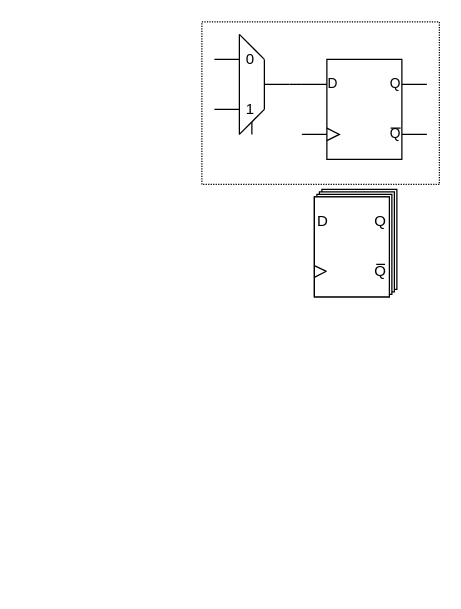
Above: JTAG.drawio in Verdvana/JTAG (draw.io), before the change. Source tidied: cells renumbered, new cells numbered last; positions are measured from the earlier drawing's top-left corner, leaving out a move shared by most shapes. Both pictures are drawn from the tidied source at 125%, with x=0, y=0 at pixel (201, 21).
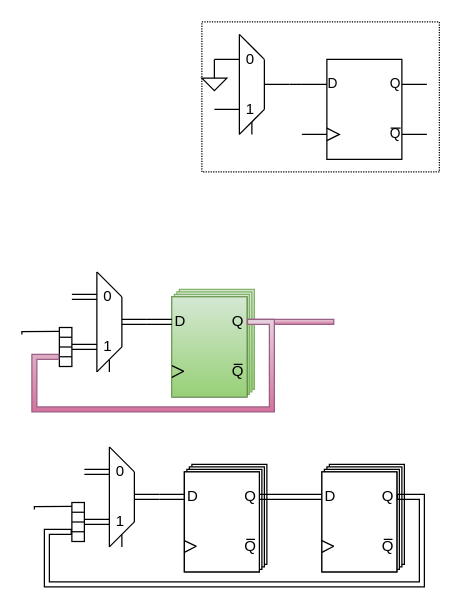
The same diagram, later.

Unchanged cells that the change refers to:
```xml
<mxCell id="11" value="D" style="text;strokeColor=none;align=center;fillColor=none;html=1;verticalAlign=middle;whiteSpace=wrap;rounded=0;" parent="3" vertex="1">
  <mxGeometry y="20" width="14" height="12" as="geometry" />
</mxCell>
<mxCell id="12" value="Q" style="text;strokeColor=none;align=center;fillColor=none;html=1;verticalAlign=middle;whiteSpace=wrap;rounded=0;" parent="3" vertex="1">
  <mxGeometry x="46" y="20" width="14" height="12" as="geometry" />
</mxCell>
<mxCell id="17" style="group;" parent="1" vertex="1">
  <mxGeometry x="10" y="10" width="60" height="80" as="geometry" />
</mxCell>
```

The edit, as a diff of the source:
```diff
@@
     <mxCell id="2" style="rounded=0;whiteSpace=wrap;html=1;fillColor=none;dashed=1;dashPattern=1 1;" parent="1" vertex="1">
-      <mxGeometry width="190" height="130" as="geometry" />
+      <mxGeometry width="190" height="120" as="geometry" />
     </mxCell>
     <mxCell id="3" style="group;" parent="1" vertex="1">
-      <mxGeometry x="90" y="134" width="66" height="86" as="geometry" />
+      <mxGeometry x="-24" y="214" width="66" height="86" as="geometry" />
     </mxCell>
-    <mxCell id="4" style="whiteSpace=wrap;html=1;" parent="3" vertex="1">
+    <mxCell id="4" style="whiteSpace=wrap;html=1;fillColor=#d5e8d4;gradientColor=#97d077;strokeColor=#82b366;" parent="3" vertex="1">
       <mxGeometry x="6" width="60" height="80" as="geometry" />
     </mxCell>
-    <mxCell id="5" style="whiteSpace=wrap;html=1;" parent="3" vertex="1">
+    <mxCell id="5" style="whiteSpace=wrap;html=1;fillColor=#d5e8d4;gradientColor=#97d077;strokeColor=#82b366;" parent="3" vertex="1">
       <mxGeometry x="4" y="2" width="60" height="80" as="geometry" />
     </mxCell>
-    <mxCell id="6" style="whiteSpace=wrap;html=1;" parent="3" vertex="1">
+    <mxCell id="6" style="whiteSpace=wrap;html=1;fillColor=#d5e8d4;gradientColor=#97d077;strokeColor=#82b366;" parent="3" vertex="1">
       <mxGeometry x="2" y="4" width="60" height="80" as="geometry" />
     </mxCell>
@@
-    <mxCell id="8" style="whiteSpace=wrap;html=1;" parent="3" vertex="1">
+    <mxCell id="8" style="whiteSpace=wrap;html=1;fillColor=#d5e8d4;gradientColor=#97d077;strokeColor=#82b366;" parent="3" vertex="1">
       <mxGeometry y="6" width="60" height="80" as="geometry" />
     </mxCell>
@@
+    <mxCell id="28" style="edgeStyle=orthogonalEdgeStyle;rounded=0;jettySize=auto;html=1;exitX=1;exitY=0.5;exitDx=0;exitDy=0;shape=flexArrow;fillColor=#e6d0de;gradientColor=#d5739d;strokeColor=#996185;endArrow=none;endFill=0;width=4;" parent="3" edge="1" source="12">
+      <mxGeometry relative="1" as="geometry">
+        <mxPoint x="130" y="26" as="targetPoint" />
+      </mxGeometry>
+    </mxCell>
@@
+    <mxCell id="29" style="edgeStyle=orthogonalEdgeStyle;rounded=0;jettySize=auto;html=1;exitX=0;exitY=0.25;exitDx=0;exitDy=0;endArrow=none;endFill=0;" parent="1" edge="1" source="17">
+      <mxGeometry relative="1" as="geometry">
+        <mxPoint x="10" y="40" as="targetPoint" />
+      </mxGeometry>
+    </mxCell>
+    <mxCell id="30" style="verticalLabelPosition=bottom;shadow=0;dashed=0;align=center;html=1;verticalAlign=top;shape=mxgraph.electrical.signal_sources.signal_ground;" parent="1" vertex="1">
+      <mxGeometry y="40" width="20" height="15" as="geometry" />
+    </mxCell>
+    <mxCell id="31" style="edgeStyle=orthogonalEdgeStyle;rounded=0;jettySize=auto;html=1;exitX=1;exitY=0.5;exitDx=0;exitDy=0;entryX=0;entryY=0.5;entryDx=0;entryDy=0;endArrow=none;endFill=0;shape=link;" parent="1" edge="1" target="11">
+      <mxGeometry relative="1" as="geometry">
+        <mxPoint x="-44" y="240" as="sourcePoint" />
+      </mxGeometry>
+    </mxCell>
+    <mxCell id="32" style="group;" parent="1" vertex="1">
+      <mxGeometry x="-104" y="200" width="60" height="80" as="geometry" />
+    </mxCell>
+    <mxCell id="33" style="edgeStyle=none;orthogonalLoop=1;jettySize=auto;html=1;rounded=0;endArrow=none;endFill=0;" parent="32" edge="1">
+      <mxGeometry relative="1" as="geometry">
+        <mxPoint x="20" y="80" as="sourcePoint" />
+        <mxPoint x="20" as="targetPoint" />
+      </mxGeometry>
+    </mxCell>
+    <mxCell id="34" style="edgeStyle=none;orthogonalLoop=1;jettySize=auto;html=1;rounded=0;endArrow=none;endFill=0;" parent="32" edge="1">
+      <mxGeometry relative="1" as="geometry">
+        <mxPoint x="40" y="60" as="sourcePoint" />
+        <mxPoint x="40" y="20" as="targetPoint" />
+      </mxGeometry>
+    </mxCell>
+    <mxCell id="35" style="edgeStyle=none;orthogonalLoop=1;jettySize=auto;html=1;rounded=0;endArrow=none;endFill=0;shape=link;" parent="32" edge="1">
+      <mxGeometry relative="1" as="geometry">
+        <mxPoint x="60" y="40" as="sourcePoint" />
+        <mxPoint x="40" y="40" as="targetPoint" />
+      </mxGeometry>
+    </mxCell>
+    <mxCell id="36" style="edgeStyle=none;orthogonalLoop=1;jettySize=auto;html=1;rounded=0;endArrow=none;endFill=0;shape=link;" parent="32" edge="1">
+      <mxGeometry relative="1" as="geometry">
+        <mxPoint x="20" y="20" as="sourcePoint" />
+        <mxPoint y="20" as="targetPoint" />
+      </mxGeometry>
+    </mxCell>
+    <mxCell id="37" style="edgeStyle=none;orthogonalLoop=1;jettySize=auto;html=1;rounded=0;endArrow=none;endFill=0;shape=link;" parent="32" edge="1">
+      <mxGeometry relative="1" as="geometry">
+        <mxPoint x="20" y="60" as="sourcePoint" />
+        <mxPoint y="60" as="targetPoint" />
+      </mxGeometry>
+    </mxCell>
+    <mxCell id="38" style="edgeStyle=none;orthogonalLoop=1;jettySize=auto;html=1;rounded=0;endArrow=none;endFill=0;" parent="32" edge="1">
+      <mxGeometry relative="1" as="geometry">
+        <mxPoint x="40" y="20" as="sourcePoint" />
+        <mxPoint x="20" as="targetPoint" />
+      </mxGeometry>
+    </mxCell>
+    <mxCell id="39" style="edgeStyle=none;orthogonalLoop=1;jettySize=auto;html=1;rounded=0;endArrow=none;endFill=0;" parent="32" edge="1">
+      <mxGeometry relative="1" as="geometry">
+        <mxPoint x="40" y="60" as="sourcePoint" />
+        <mxPoint x="20" y="80" as="targetPoint" />
+      </mxGeometry>
+    </mxCell>
+    <mxCell id="40" style="edgeStyle=none;orthogonalLoop=1;jettySize=auto;html=1;rounded=0;endArrow=none;endFill=0;" parent="32" edge="1">
+      <mxGeometry relative="1" as="geometry">
+        <mxPoint x="30" y="80" as="sourcePoint" />
+        <mxPoint x="30" y="70" as="targetPoint" />
+      </mxGeometry>
+    </mxCell>
+    <mxCell id="41" value="0" style="text;strokeColor=none;align=center;fillColor=none;html=1;verticalAlign=middle;whiteSpace=wrap;rounded=0;" parent="32" vertex="1">
+      <mxGeometry x="24" y="10" width="10" height="20" as="geometry" />
+    </mxCell>
+    <mxCell id="42" value="1" style="text;strokeColor=none;align=center;fillColor=none;html=1;verticalAlign=middle;whiteSpace=wrap;rounded=0;" parent="32" vertex="1">
+      <mxGeometry x="24" y="50" width="10" height="20" as="geometry" />
+    </mxCell>
+    <mxCell id="43" style="edgeStyle=orthogonalEdgeStyle;rounded=0;jettySize=auto;html=1;exitX=0.899;exitY=0.004;exitDx=0;exitDy=0;exitPerimeter=0;endArrow=none;endFill=0;" parent="1" edge="1" source="44">
+      <mxGeometry relative="1" as="geometry">
+        <mxPoint x="-144" y="250" as="targetPoint" />
+      </mxGeometry>
+    </mxCell>
+    <mxCell id="44" style="whiteSpace=wrap;html=1;rotation=-90;" parent="1" vertex="1">
+      <mxGeometry x="-124.6" y="255.1" width="31.2" height="10" as="geometry" />
+    </mxCell>
+    <mxCell id="45" style="edgeStyle=orthogonalEdgeStyle;rounded=0;orthogonalLoop=1;jettySize=auto;html=1;exitX=0.75;exitY=0;exitDx=0;exitDy=0;entryX=0.75;entryY=1;entryDx=0;entryDy=0;endArrow=none;endFill=0;" parent="1" edge="1" source="44" target="44">
+      <mxGeometry relative="1" as="geometry" />
+    </mxCell>
+    <mxCell id="46" style="edgeStyle=orthogonalEdgeStyle;rounded=0;orthogonalLoop=1;jettySize=auto;html=1;exitX=0.5;exitY=0;exitDx=0;exitDy=0;entryX=0.5;entryY=1;entryDx=0;entryDy=0;endArrow=none;endFill=0;" parent="1" edge="1" source="44" target="44">
+      <mxGeometry relative="1" as="geometry" />
+    </mxCell>
+    <mxCell id="47" style="edgeStyle=orthogonalEdgeStyle;rounded=0;orthogonalLoop=1;jettySize=auto;html=1;exitX=0.25;exitY=0;exitDx=0;exitDy=0;entryX=0.25;entryY=1;entryDx=0;entryDy=0;endArrow=none;endFill=0;" parent="1" edge="1" source="44" target="44">
+      <mxGeometry relative="1" as="geometry" />
+    </mxCell>
+    <mxCell id="48" style="edgeStyle=orthogonalEdgeStyle;rounded=0;jettySize=auto;html=1;entryX=0.25;entryY=0;entryDx=0;entryDy=0;shape=flexArrow;exitX=1;exitY=0.5;exitDx=0;exitDy=0;fillColor=#e6d0de;gradientColor=#d5739d;strokeColor=#996185;endArrow=none;endFill=0;width=4;" parent="1" edge="1" source="12" target="44">
+      <mxGeometry relative="1" as="geometry">
+        <Array as="points">
+          <mxPoint x="56" y="240" />
+          <mxPoint x="56" y="310" />
+          <mxPoint x="-134" y="310" />
+          <mxPoint x="-134" y="268" />
+        </Array>
+      </mxGeometry>
+    </mxCell>
+    <mxCell id="49" style="group;" parent="1" vertex="1">
+      <mxGeometry x="-14" y="354" width="66" height="86" as="geometry" />
+    </mxCell>
+    <mxCell id="50" style="whiteSpace=wrap;html=1;" parent="49" vertex="1">
+      <mxGeometry x="6" width="60" height="80" as="geometry" />
+    </mxCell>
+    <mxCell id="51" style="whiteSpace=wrap;html=1;" parent="49" vertex="1">
+      <mxGeometry x="4" y="2" width="60" height="80" as="geometry" />
+    </mxCell>
+    <mxCell id="52" style="whiteSpace=wrap;html=1;" parent="49" vertex="1">
+      <mxGeometry x="2" y="4" width="60" height="80" as="geometry" />
+    </mxCell>
+    <mxCell id="53" style="whiteSpace=wrap;html=1;" parent="49" vertex="1">
+      <mxGeometry y="6" width="60" height="80" as="geometry" />
+    </mxCell>
+    <mxCell id="54" style="whiteSpace=wrap;html=1;" parent="49" vertex="1">
+      <mxGeometry y="6" width="60" height="80" as="geometry" />
+    </mxCell>
+    <mxCell id="55" style="edgeStyle=none;orthogonalLoop=1;jettySize=auto;html=1;rounded=0;exitX=-0.001;exitY=0.645;exitDx=0;exitDy=0;exitPerimeter=0;entryX=0.296;entryY=0.752;entryDx=0;entryDy=0;entryPerimeter=0;endArrow=none;endFill=0;" parent="49" edge="1">
+      <mxGeometry relative="1" as="geometry">
+        <mxPoint y="61" as="sourcePoint" />
+        <mxPoint x="9.6" y="65.6" as="targetPoint" />
+      </mxGeometry>
+    </mxCell>
+    <mxCell id="56" style="edgeStyle=none;orthogonalLoop=1;jettySize=auto;html=1;rounded=0;exitX=-0.001;exitY=0.645;exitDx=0;exitDy=0;exitPerimeter=0;entryX=0.025;entryY=0.801;entryDx=0;entryDy=0;entryPerimeter=0;endArrow=none;endFill=0;" parent="49" edge="1">
+      <mxGeometry relative="1" as="geometry">
+        <mxPoint y="70.4" as="sourcePoint" />
+        <mxPoint x="9.5" y="65.5" as="targetPoint" />
+      </mxGeometry>
+    </mxCell>
+    <mxCell id="57" value="D" style="text;strokeColor=none;align=center;fillColor=none;html=1;verticalAlign=middle;whiteSpace=wrap;rounded=0;" parent="49" vertex="1">
+      <mxGeometry y="20" width="14" height="12" as="geometry" />
+    </mxCell>
+    <mxCell id="58" value="Q" style="text;strokeColor=none;align=center;fillColor=none;html=1;verticalAlign=middle;whiteSpace=wrap;rounded=0;" parent="49" vertex="1">
+      <mxGeometry x="46" y="20" width="14" height="12" as="geometry" />
+    </mxCell>
+    <mxCell id="59" value="Q" style="text;strokeColor=none;align=center;fillColor=none;html=1;verticalAlign=middle;whiteSpace=wrap;rounded=0;" parent="49" vertex="1">
+      <mxGeometry x="46" y="60" width="14" height="12" as="geometry" />
+    </mxCell>
+    <mxCell id="60" style="edgeStyle=none;orthogonalLoop=1;jettySize=auto;html=1;rounded=0;entryX=0.75;entryY=0;entryDx=0;entryDy=0;endArrow=none;endFill=0;exitX=0.25;exitY=0;exitDx=0;exitDy=0;" parent="49" edge="1" source="59" target="59">
+      <mxGeometry relative="1" as="geometry" />
+    </mxCell>
+    <mxCell id="61" style="edgeStyle=orthogonalEdgeStyle;rounded=0;jettySize=auto;html=1;exitX=1;exitY=0.5;exitDx=0;exitDy=0;entryX=0;entryY=0.5;entryDx=0;entryDy=0;endArrow=none;endFill=0;shape=link;" parent="1" edge="1" target="57">
+      <mxGeometry relative="1" as="geometry">
+        <mxPoint x="-34" y="380" as="sourcePoint" />
+      </mxGeometry>
+    </mxCell>
+    <mxCell id="62" style="group;" parent="1" vertex="1">
+      <mxGeometry x="-94" y="340" width="60" height="80" as="geometry" />
+    </mxCell>
+    <mxCell id="63" style="edgeStyle=none;orthogonalLoop=1;jettySize=auto;html=1;rounded=0;endArrow=none;endFill=0;" parent="62" edge="1">
+      <mxGeometry relative="1" as="geometry">
+        <mxPoint x="20" y="80" as="sourcePoint" />
+        <mxPoint x="20" as="targetPoint" />
+      </mxGeometry>
+    </mxCell>
+    <mxCell id="64" style="edgeStyle=none;orthogonalLoop=1;jettySize=auto;html=1;rounded=0;endArrow=none;endFill=0;" parent="62" edge="1">
+      <mxGeometry relative="1" as="geometry">
+        <mxPoint x="40" y="60" as="sourcePoint" />
+        <mxPoint x="40" y="20" as="targetPoint" />
+      </mxGeometry>
+    </mxCell>
+    <mxCell id="65" style="edgeStyle=none;orthogonalLoop=1;jettySize=auto;html=1;rounded=0;endArrow=none;endFill=0;shape=link;" parent="62" edge="1">
+      <mxGeometry relative="1" as="geometry">
+        <mxPoint x="60" y="40" as="sourcePoint" />
+        <mxPoint x="40" y="40" as="targetPoint" />
+      </mxGeometry>
+    </mxCell>
+    <mxCell id="66" style="edgeStyle=none;orthogonalLoop=1;jettySize=auto;html=1;rounded=0;endArrow=none;endFill=0;shape=link;" parent="62" edge="1">
+      <mxGeometry relative="1" as="geometry">
+        <mxPoint x="20" y="20" as="sourcePoint" />
+        <mxPoint y="20" as="targetPoint" />
+      </mxGeometry>
+    </mxCell>
+    <mxCell id="67" style="edgeStyle=none;orthogonalLoop=1;jettySize=auto;html=1;rounded=0;endArrow=none;endFill=0;shape=link;" parent="62" edge="1">
+      <mxGeometry relative="1" as="geometry">
+        <mxPoint x="20" y="60" as="sourcePoint" />
+        <mxPoint y="60" as="targetPoint" />
+      </mxGeometry>
+    </mxCell>
+    <mxCell id="68" style="edgeStyle=none;orthogonalLoop=1;jettySize=auto;html=1;rounded=0;endArrow=none;endFill=0;" parent="62" edge="1">
+      <mxGeometry relative="1" as="geometry">
+        <mxPoint x="40" y="20" as="sourcePoint" />
+        <mxPoint x="20" as="targetPoint" />
+      </mxGeometry>
+    </mxCell>
+    <mxCell id="69" style="edgeStyle=none;orthogonalLoop=1;jettySize=auto;html=1;rounded=0;endArrow=none;endFill=0;" parent="62" edge="1">
+      <mxGeometry relative="1" as="geometry">
+        <mxPoint x="40" y="60" as="sourcePoint" />
+        <mxPoint x="20" y="80" as="targetPoint" />
+      </mxGeometry>
+    </mxCell>
+    <mxCell id="70" style="edgeStyle=none;orthogonalLoop=1;jettySize=auto;html=1;rounded=0;endArrow=none;endFill=0;" parent="62" edge="1">
+      <mxGeometry relative="1" as="geometry">
+        <mxPoint x="30" y="80" as="sourcePoint" />
+        <mxPoint x="30" y="70" as="targetPoint" />
+      </mxGeometry>
+    </mxCell>
+    <mxCell id="71" value="0" style="text;strokeColor=none;align=center;fillColor=none;html=1;verticalAlign=middle;whiteSpace=wrap;rounded=0;" parent="62" vertex="1">
+      <mxGeometry x="24" y="10" width="10" height="20" as="geometry" />
+    </mxCell>
+    <mxCell id="72" value="1" style="text;strokeColor=none;align=center;fillColor=none;html=1;verticalAlign=middle;whiteSpace=wrap;rounded=0;" parent="62" vertex="1">
+      <mxGeometry x="24" y="50" width="10" height="20" as="geometry" />
+    </mxCell>
+    <mxCell id="73" style="edgeStyle=orthogonalEdgeStyle;rounded=0;jettySize=auto;html=1;exitX=0.899;exitY=0.004;exitDx=0;exitDy=0;exitPerimeter=0;endArrow=none;endFill=0;" parent="1" edge="1" source="74">
+      <mxGeometry relative="1" as="geometry">
+        <mxPoint x="-134" y="390" as="targetPoint" />
+      </mxGeometry>
+    </mxCell>
+    <mxCell id="74" style="whiteSpace=wrap;html=1;rotation=-90;" parent="1" vertex="1">
+      <mxGeometry x="-114.6" y="395.1" width="31.2" height="10" as="geometry" />
+    </mxCell>
+    <mxCell id="75" style="edgeStyle=orthogonalEdgeStyle;rounded=0;orthogonalLoop=1;jettySize=auto;html=1;exitX=0.75;exitY=0;exitDx=0;exitDy=0;entryX=0.75;entryY=1;entryDx=0;entryDy=0;endArrow=none;endFill=0;" parent="1" edge="1" source="74" target="74">
+      <mxGeometry relative="1" as="geometry" />
+    </mxCell>
+    <mxCell id="76" style="edgeStyle=orthogonalEdgeStyle;rounded=0;orthogonalLoop=1;jettySize=auto;html=1;exitX=0.5;exitY=0;exitDx=0;exitDy=0;entryX=0.5;entryY=1;entryDx=0;entryDy=0;endArrow=none;endFill=0;" parent="1" edge="1" source="74" target="74">
+      <mxGeometry relative="1" as="geometry" />
+    </mxCell>
+    <mxCell id="77" style="edgeStyle=orthogonalEdgeStyle;rounded=0;orthogonalLoop=1;jettySize=auto;html=1;exitX=0.25;exitY=0;exitDx=0;exitDy=0;entryX=0.25;entryY=1;entryDx=0;entryDy=0;endArrow=none;endFill=0;" parent="1" edge="1" source="74" target="74">
+      <mxGeometry relative="1" as="geometry" />
+    </mxCell>
+    <mxCell id="78" style="group;" parent="1" vertex="1">
+      <mxGeometry x="96" y="354" width="66" height="86" as="geometry" />
+    </mxCell>
+    <mxCell id="79" style="whiteSpace=wrap;html=1;" parent="78" vertex="1">
+      <mxGeometry x="6" width="60" height="80" as="geometry" />
+    </mxCell>
+    <mxCell id="80" style="whiteSpace=wrap;html=1;" parent="78" vertex="1">
+      <mxGeometry x="4" y="2" width="60" height="80" as="geometry" />
+    </mxCell>
+    <mxCell id="81" style="whiteSpace=wrap;html=1;" parent="78" vertex="1">
+      <mxGeometry x="2" y="4" width="60" height="80" as="geometry" />
+    </mxCell>
+    <mxCell id="82" style="whiteSpace=wrap;html=1;" parent="78" vertex="1">
+      <mxGeometry y="6" width="60" height="80" as="geometry" />
+    </mxCell>
+    <mxCell id="83" style="whiteSpace=wrap;html=1;" parent="78" vertex="1">
+      <mxGeometry y="6" width="60" height="80" as="geometry" />
+    </mxCell>
+    <mxCell id="84" style="edgeStyle=none;orthogonalLoop=1;jettySize=auto;html=1;rounded=0;exitX=-0.001;exitY=0.645;exitDx=0;exitDy=0;exitPerimeter=0;entryX=0.296;entryY=0.752;entryDx=0;entryDy=0;entryPerimeter=0;endArrow=none;endFill=0;" parent="78" edge="1">
+      <mxGeometry relative="1" as="geometry">
+        <mxPoint y="61" as="sourcePoint" />
+        <mxPoint x="9.6" y="65.6" as="targetPoint" />
+      </mxGeometry>
+    </mxCell>
+    <mxCell id="85" style="edgeStyle=none;orthogonalLoop=1;jettySize=auto;html=1;rounded=0;exitX=-0.001;exitY=0.645;exitDx=0;exitDy=0;exitPerimeter=0;entryX=0.025;entryY=0.801;entryDx=0;entryDy=0;entryPerimeter=0;endArrow=none;endFill=0;" parent="78" edge="1">
+      <mxGeometry relative="1" as="geometry">
+        <mxPoint y="70.4" as="sourcePoint" />
+        <mxPoint x="9.5" y="65.5" as="targetPoint" />
+      </mxGeometry>
+    </mxCell>
+    <mxCell id="86" value="D" style="text;strokeColor=none;align=center;fillColor=none;html=1;verticalAlign=middle;whiteSpace=wrap;rounded=0;" parent="78" vertex="1">
+      <mxGeometry y="20" width="14" height="12" as="geometry" />
+    </mxCell>
+    <mxCell id="87" value="Q" style="text;strokeColor=none;align=center;fillColor=none;html=1;verticalAlign=middle;whiteSpace=wrap;rounded=0;" parent="78" vertex="1">
+      <mxGeometry x="46" y="20" width="14" height="12" as="geometry" />
+    </mxCell>
+    <mxCell id="88" value="Q" style="text;strokeColor=none;align=center;fillColor=none;html=1;verticalAlign=middle;whiteSpace=wrap;rounded=0;" parent="78" vertex="1">
+      <mxGeometry x="46" y="60" width="14" height="12" as="geometry" />
+    </mxCell>
+    <mxCell id="89" style="edgeStyle=none;orthogonalLoop=1;jettySize=auto;html=1;rounded=0;entryX=0.75;entryY=0;entryDx=0;entryDy=0;endArrow=none;endFill=0;exitX=0.25;exitY=0;exitDx=0;exitDy=0;" parent="78" edge="1" source="88" target="88">
+      <mxGeometry relative="1" as="geometry" />
+    </mxCell>
+    <mxCell id="90" style="edgeStyle=orthogonalEdgeStyle;rounded=0;jettySize=auto;html=1;exitX=1;exitY=0.5;exitDx=0;exitDy=0;entryX=0;entryY=0.5;entryDx=0;entryDy=0;shape=link;endArrow=none;endFill=0;" parent="1" edge="1" source="58" target="86">
+      <mxGeometry relative="1" as="geometry" />
+    </mxCell>
+    <mxCell id="91" style="edgeStyle=orthogonalEdgeStyle;rounded=0;jettySize=auto;html=1;exitX=1;exitY=0.5;exitDx=0;exitDy=0;entryX=0.25;entryY=0;entryDx=0;entryDy=0;shape=flexArrow;endArrow=none;endFill=0;width=4;" parent="1" edge="1" source="87" target="74">
+      <mxGeometry relative="1" as="geometry">
+        <Array as="points">
+          <mxPoint x="176" y="380" />
+          <mxPoint x="176" y="450" />
+          <mxPoint x="-124" y="450" />
+          <mxPoint x="-124" y="408" />
+        </Array>
+      </mxGeometry>
+    </mxCell>
```
